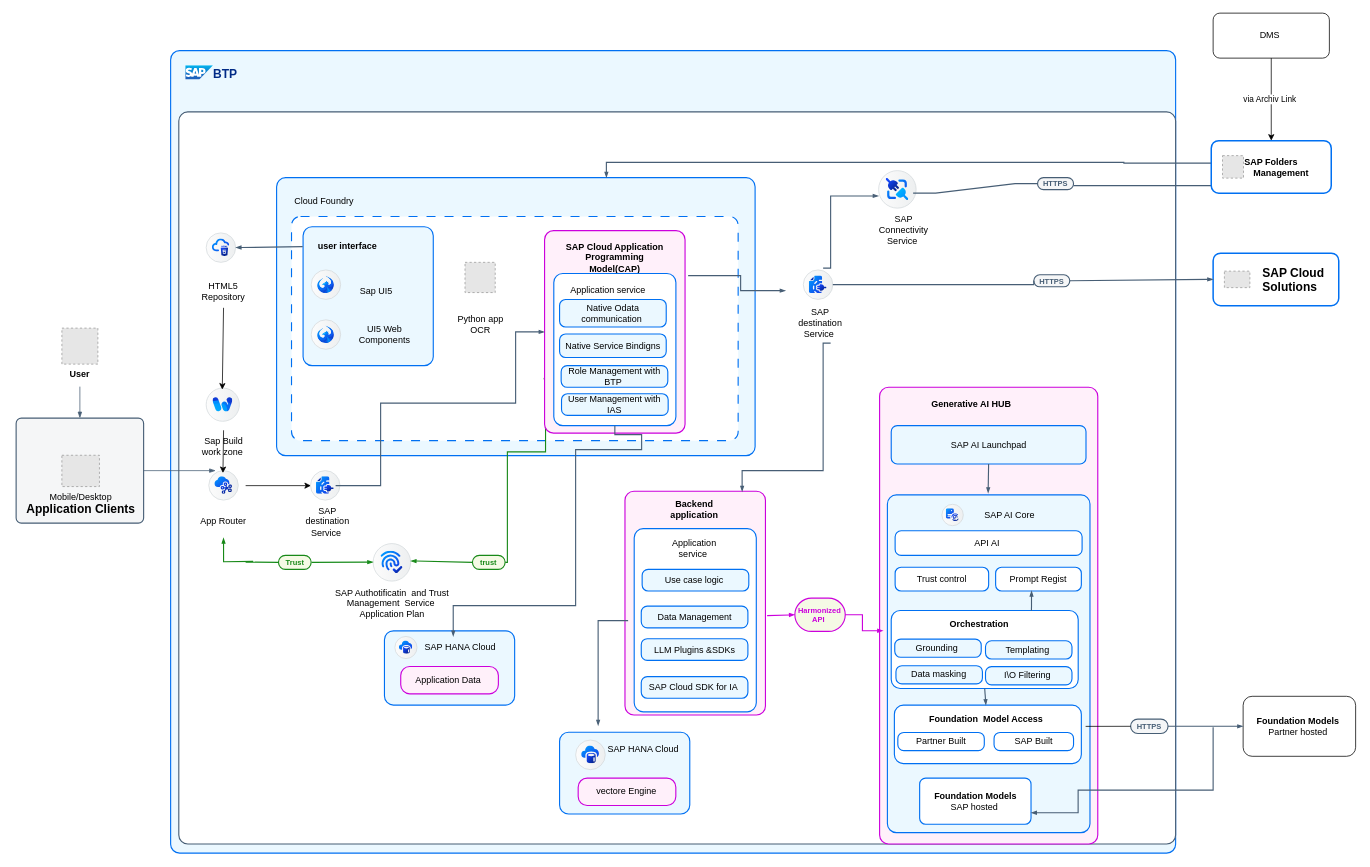
This is Appeals.drawio from sahar389/algorithem-voyelle, a draw.io file, before an edit. Source tidied: cells renumbered, new cells numbered last; positions are measured from the earlier drawing's top-left corner, leaving out a move shared by most shapes. Both pictures are drawn from the tidied source at 75%, with x=0, y=0 at pixel (16, 13). Pictures stored in the file or linked from it are replaced by grey dashed boxes.
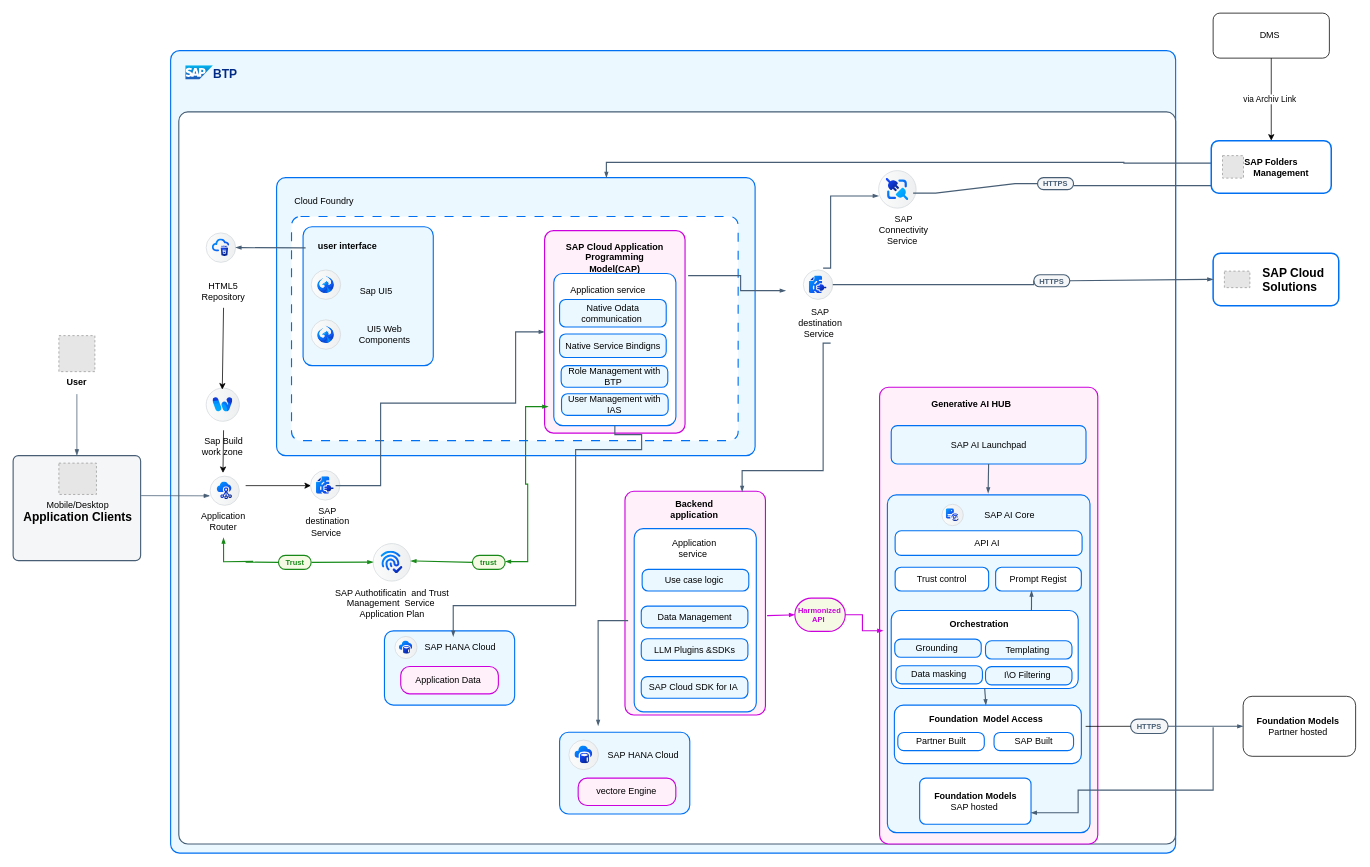
The same page after the edit.

Unchanged cells that the change refers to:
```xml
<mxCell id="2" style="rounded=1;whiteSpace=wrap;html=1;strokeColor=#0070F2;fillColor=#EBF8FF;arcSize=24;absoluteArcSize=1;imageWidth=64;imageHeight=64;strokeWidth=1.5;" parent="1" vertex="1">
  <mxGeometry x="206" y="50" width="1340" height="1070" as="geometry" />
</mxCell>
<mxCell id="9" style="rounded=1;whiteSpace=wrap;html=1;strokeColor=#0070F2;fillColor=#EBF8FF;arcSize=24;absoluteArcSize=1;imageWidth=64;imageHeight=64;strokeWidth=1.5;" parent="2" vertex="1">
  <mxGeometry x="176.6" y="234.9" width="173.6" height="185.1" as="geometry" />
</mxCell>
<mxCell id="16" style="shape=mxgraph.sap.icon;labelPosition=center;verticalLabelPosition=bottom;align=center;verticalAlign=top;strokeWidth=1;strokeColor=#D5DADD;fillColor=#EDEFF0;gradientColor=#FCFCFC;gradientDirection=west;SAPIcon=HTML5_App_Repository;" parent="2" vertex="1">
  <mxGeometry x="47.4" y="243" width="39.3" height="39.3" as="geometry" />
</mxCell>
<mxCell id="29" value="Sap Build work zone&amp;nbsp;" style="text;html=1;align=center;verticalAlign=middle;whiteSpace=wrap;rounded=0;" parent="2" vertex="1">
  <mxGeometry x="32.6" y="506.2" width="76" height="43.3" as="geometry" />
</mxCell>
<mxCell id="69" value="&lt;p style=&quot;line-height: 114%;&quot;&gt;&lt;font color=&quot;#188918&quot; size=&quot;1&quot;&gt;&lt;b style=&quot;&quot;&gt;trust&lt;/b&gt;&lt;/font&gt;&lt;/p&gt;" style="rounded=1;whiteSpace=wrap;html=1;arcSize=50;strokeColor=#188918;fillColor=#f5fae5;fontColor=#266f3a;strokeWidth=1.5;" parent="2" vertex="1">
  <mxGeometry x="402.4" y="673" width="43.6" height="18.6" as="geometry" />
</mxCell>
<mxCell id="74" style="rounded=1;whiteSpace=wrap;html=1;strokeColor=#cc00dc;fillColor=#FFF0fa;arcSize=24;absoluteArcSize=1;imageWidth=64;imageHeight=64;strokeWidth=1.5;" parent="2" vertex="1">
  <mxGeometry x="498.6" y="240" width="187.3" height="270" as="geometry" />
</mxCell>
```

Change to the diagram source:
```diff
@@
-    <mxCell id="8" style="fillColor=#E6E6E6;strokeColor=#999999;dashed=1;verticalLabelPosition=bottom;labelBackgroundColor=default;verticalAlign=top;" parent="2" vertex="1">
-      <mxGeometry x="392.5" y="282.3" width="40.3" height="40.3" as="geometry" />
-    </mxCell>
@@
-    <mxCell id="27" style="shape=mxgraph.sap.icon;labelPosition=center;verticalLabelPosition=bottom;align=center;verticalAlign=top;strokeWidth=1;strokeColor=#D5DADD;fillColor=#EDEFF0;gradientColor=#FCFCFC;gradientDirection=west;SAPIcon=SAP_Integration_Suite_-_Cloud_Integration;" parent="2" vertex="1">
-      <mxGeometry x="50.9" y="560" width="39.3" height="39.3" as="geometry" />
-    </mxCell>
-    <mxCell id="28" value="App Router" style="text;html=1;align=center;verticalAlign=middle;whiteSpace=wrap;rounded=0;" parent="2" vertex="1">
+    <mxCell id="28" value="Application Router" style="text;html=1;align=center;verticalAlign=middle;whiteSpace=wrap;rounded=0;" parent="2" vertex="1">
       <mxGeometry x="38" y="606.3" width="65.1" height="43.3" as="geometry" />
     </mxCell>
@@
-    <mxCell id="30" style="endArrow=classic;html=1;rounded=0;exitX=0.5;exitY=0;exitDx=0;exitDy=0;entryX=0.48;entryY=0.08;entryDx=0;entryDy=0;entryPerimeter=0;" parent="2" edge="1" source="29" target="27">
-      <mxGeometry relative="1" as="geometry" />
+    <mxCell id="30" style="endArrow=classic;html=1;rounded=0;exitX=0.5;exitY=0;exitDx=0;exitDy=0;entryX=0.48;entryY=0.08;entryDx=0;entryDy=0;entryPerimeter=0;" parent="2" edge="1" source="29">
+      <mxGeometry relative="1" as="geometry">
+        <mxPoint x="69.8" y="563.1" as="targetPoint" />
+      </mxGeometry>
     </mxCell>
@@
-    <mxCell id="34" value="Python app OCR" style="text;html=1;align=center;verticalAlign=middle;whiteSpace=wrap;rounded=0;" parent="2" vertex="1">
-      <mxGeometry x="380.9" y="343" width="65.1" height="43.3" as="geometry" />
-    </mxCell>
@@
-    <mxCell id="68" style="edgeStyle=orthogonalEdgeStyle;rounded=0;jettySize=auto;html=1;fontSize=18;strokeColor=#188918;fontFamily=Helvetica;fontColor=default;targetPerimeterSpacing=15;endSize=4;startSize=4;endArrow=blockThin;endFill=1;strokeWidth=1.5;startArrow=none;startFill=0;entryX=0.007;entryY=0.704;entryDx=0;entryDy=0;entryPerimeter=0;exitX=1;exitY=0.5;exitDx=0;exitDy=0;exitPerimeter=0;" parent="2" edge="1" source="69" target="74">
-      <mxGeometry relative="1" as="geometry">
-        <Array as="points">
-          <mxPoint x="449" y="535" />
-          <mxPoint x="500" y="535" />
-        </Array>
-      </mxGeometry>
-    </mxCell>
@@
     <mxCell id="85" style="shape=mxgraph.sap.icon;labelPosition=center;verticalLabelPosition=bottom;align=center;verticalAlign=top;strokeWidth=1;strokeColor=#D5DADD;fillColor=#EDEFF0;gradientColor=#FCFCFC;gradientDirection=west;SAPIcon=SAP_HANA_Cloud;" parent="2" vertex="1">
-      <mxGeometry x="540" y="919.2" width="39.5" height="39.5" as="geometry" />
+      <mxGeometry x="531" y="919.2" width="39.5" height="39.5" as="geometry" />
     </mxCell>
@@
-    <mxCell id="88" style="endArrow=blockThin;html=1;strokeColor=#475e75;rounded=0;endFill=1;endSize=4;strokeWidth=1.5;startSize=4;startArrow=none;startFill=0;entryX=1;entryY=0.5;entryDx=0;entryDy=0;entryPerimeter=0;exitX=-0.003;exitY=0.143;exitDx=0;exitDy=0;exitPerimeter=0;" parent="2" edge="1" source="9" target="16">
-      <mxGeometry relative="1" as="geometry" />
+    <mxCell id="88" style="endArrow=blockThin;html=1;strokeColor=#475e75;rounded=0;endFill=1;endSize=4;strokeWidth=1.5;startSize=4;startArrow=none;startFill=0;entryX=1;entryY=0.5;entryDx=0;entryDy=0;entryPerimeter=0;" parent="2" edge="1" target="16">
+      <mxGeometry relative="1" as="geometry">
+        <mxPoint x="180" y="263" as="sourcePoint" />
+      </mxGeometry>
     </mxCell>
@@
     <mxCell id="91" value="SAP HANA Cloud&amp;nbsp;" style="text;html=1;align=center;verticalAlign=middle;whiteSpace=wrap;rounded=0;" parent="2" vertex="1">
-      <mxGeometry x="570.5" y="910.5" width="121.7" height="40" as="geometry" />
+      <mxGeometry x="570.5" y="919.2" width="121.7" height="40" as="geometry" />
     </mxCell>
@@
+    <mxCell id="121" style="shape=mxgraph.sap.icon;labelPosition=center;verticalLabelPosition=bottom;align=center;verticalAlign=top;strokeWidth=1;strokeColor=#D5DADD;fillColor=#EDEFF0;gradientColor=#FCFCFC;gradientDirection=west;SAPIcon=SAP_Integration_Suite_-_SAP_Graph;" parent="2" vertex="1">
+      <mxGeometry x="52.6" y="567.3" width="39" height="39" as="geometry" />
+    </mxCell>
+    <mxCell id="122" style="endArrow=blockThin;html=1;strokeColor=#188918;rounded=0;endFill=1;endSize=4;edgeStyle=entityRelationEdgeStyle;startArrow=blockThin;startFill=1;startSize=4;jumpStyle=none;jumpSize=0;targetPerimeterSpacing=15;strokeWidth=1.5;entryX=0.025;entryY=0.869;entryDx=0;entryDy=0;entryPerimeter=0;" parent="2" edge="1" target="74">
+      <mxGeometry relative="1" as="geometry">
+        <mxPoint x="446.1" y="681.3" as="sourcePoint" />
+        <Array as="points">
+          <mxPoint x="550" y="680" />
+          <mxPoint x="500" y="620" />
+        </Array>
+      </mxGeometry>
+    </mxCell>
@@
+    <mxCell id="114" style="rounded=1;whiteSpace=wrap;html=1;strokeColor=#475E75;strokeWidth=1.5;arcSize=5;fillColor=#F5F6F7;perimeterSpacing=0;" parent="1" vertex="1">
+      <mxGeometry x="-4" y="590" width="170" height="140" as="geometry" />
+    </mxCell>
-    <mxCell id="113" value="User" style="fillColor=#E6E6E6;strokeColor=#999999;dashed=1;verticalLabelPosition=bottom;labelBackgroundColor=none;verticalAlign=top;fontStyle=1;" parent="1" vertex="1">
-      <mxGeometry x="61" y="420" width="48" height="48" as="geometry" />
+    <mxCell id="113" value="User" style="fillColor=#E6E6E6;strokeColor=#999999;dashed=1;verticalLabelPosition=bottom;labelBackgroundColor=none;verticalAlign=top;fontStyle=1;" parent="114" vertex="1">
+      <mxGeometry x="61" y="-160" width="48" height="48" as="geometry" />
     </mxCell>
-    <mxCell id="114" style="rounded=1;whiteSpace=wrap;html=1;strokeColor=#475E75;strokeWidth=1.5;arcSize=5;fillColor=#F5F6F7;perimeterSpacing=0;" parent="1" vertex="1">
-      <mxGeometry y="540" width="170" height="140" as="geometry" />
-    </mxCell>
     <mxCell id="115" value="Mobile/Desktop&lt;br&gt;&lt;b&gt;&lt;font style=&quot;font-size: 16px;&quot;&gt;Application Clients&lt;/font&gt;&lt;/b&gt;" style="fillColor=#E6E6E6;strokeColor=#999999;dashed=1;verticalLabelPosition=bottom;labelBackgroundColor=none;verticalAlign=top;html=1;" parent="114" vertex="1">
       <mxGeometry x="0.5" y="0.5" width="50.1" height="41.75" relative="1" as="geometry">
-        <mxPoint x="-24" y="-20.5" as="offset" />
+        <mxPoint x="-24" y="-60" as="offset" />
       </mxGeometry>
     </mxCell>
-    <mxCell id="116" style="edgeStyle=none;endArrow=blockThin;verticalAlign=top;labelBackgroundColor=none;endSize=6;html=1;rounded=0;targetPerimeterSpacing=0;sourcePerimeterSpacing=30;endFill=1;strokeColor=#475E75;" parent="1" edge="1" source="113" target="114">
+    <mxCell id="116" style="edgeStyle=none;endArrow=blockThin;verticalAlign=top;labelBackgroundColor=none;endSize=6;html=1;rounded=0;targetPerimeterSpacing=0;sourcePerimeterSpacing=30;endFill=1;strokeColor=#475E75;entryX=0.5;entryY=0;entryDx=0;entryDy=0;" parent="114" edge="1" source="113" target="114">
       <mxGeometry relative="1" as="geometry" />
     </mxCell>
-    <mxCell id="117" style="edgeStyle=none;endArrow=blockThin;verticalAlign=top;labelBackgroundColor=none;endSize=6;html=1;rounded=0;targetPerimeterSpacing=10;sourcePerimeterSpacing=0;endFill=1;strokeColor=#475E75;" parent="1" edge="1" source="114">
-      <mxGeometry relative="1" as="geometry">
-        <mxPoint x="266" y="610" as="targetPoint" />
-      </mxGeometry>
+    <mxCell id="117" style="edgeStyle=none;endArrow=blockThin;verticalAlign=top;labelBackgroundColor=none;endSize=6;html=1;rounded=0;targetPerimeterSpacing=10;sourcePerimeterSpacing=0;endFill=1;strokeColor=#475E75;entryX=0;entryY=0.675;entryDx=0;entryDy=0;entryPerimeter=0;exitX=1.004;exitY=0.381;exitDx=0;exitDy=0;exitPerimeter=0;" parent="1" edge="1" source="114" target="121">
+      <mxGeometry relative="1" as="geometry" />
     </mxCell>
```
